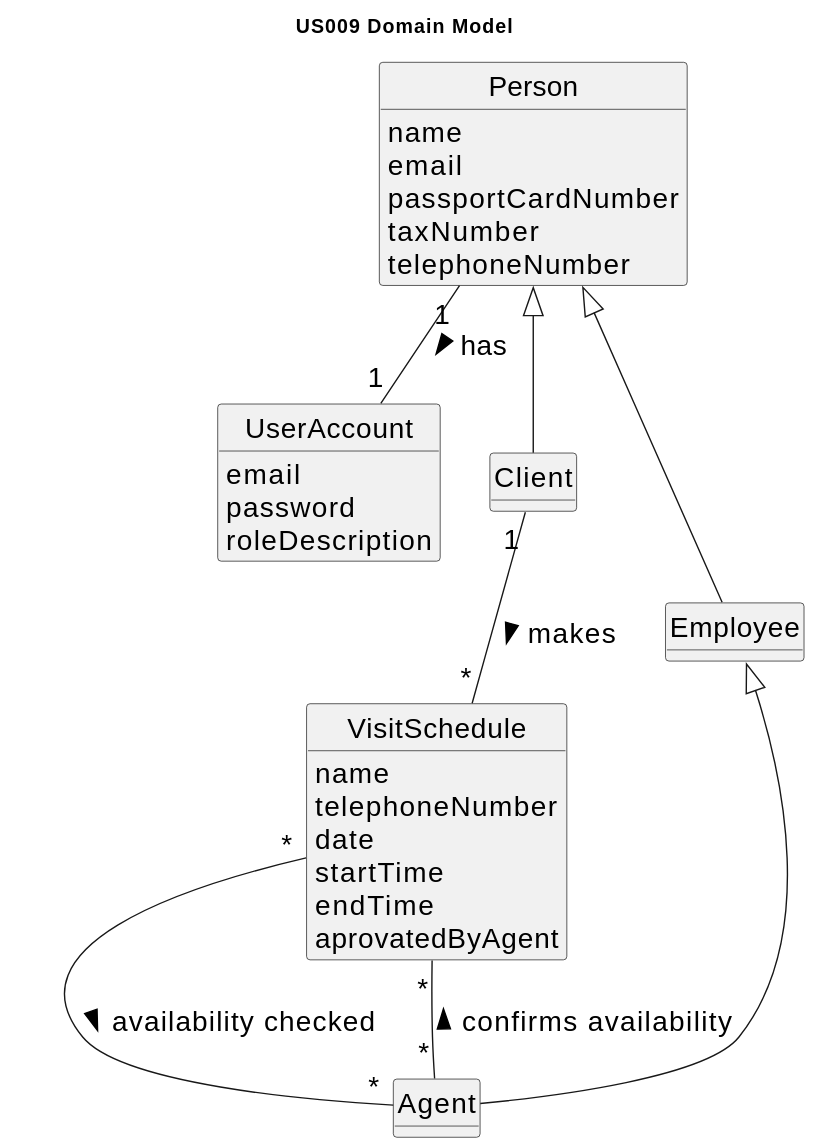
Before: docs/sprintC/us009/02.analysis/svg/us009-domain-model.svg, a diagram exported from PlantUML (Goncalves2525/real-estate-management-system).
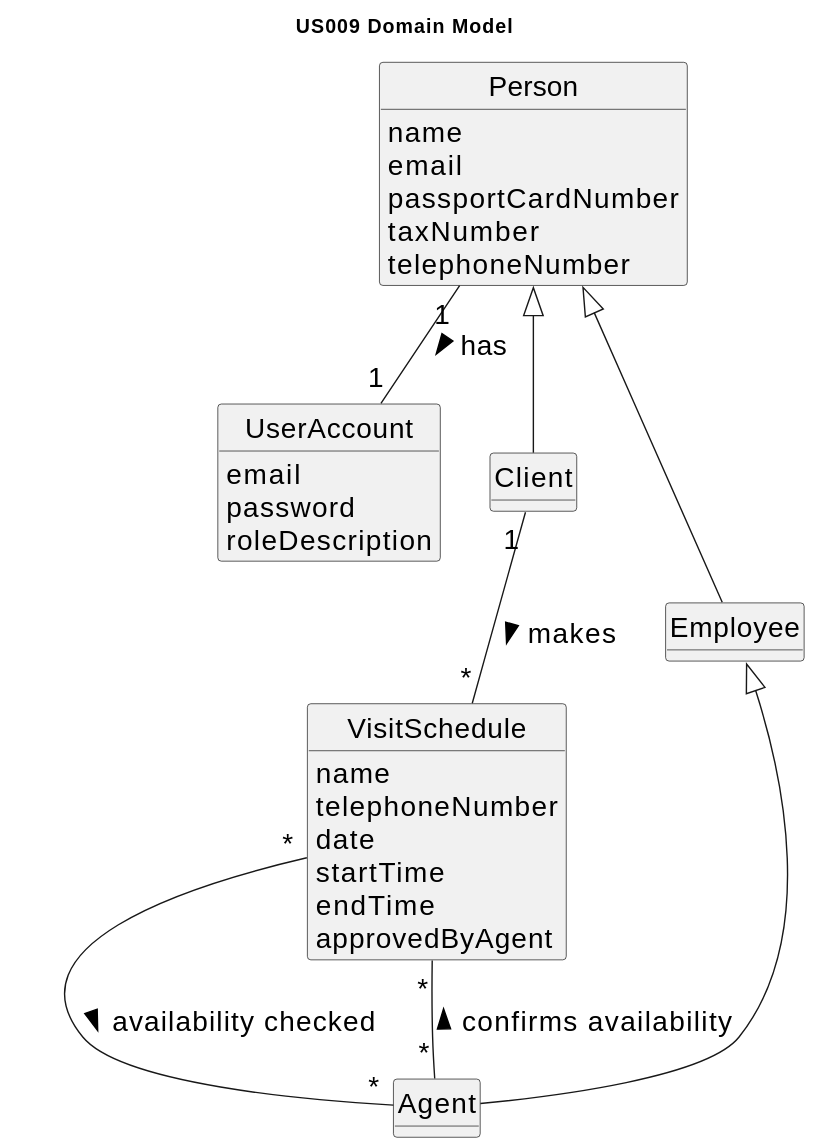
The same file after the commit.

The edit, as a diff of the source:
```diff
@@ -39,7 +39,7 @@
     date
     startTime
     endTime
-    aprovatedByAgent
+    approvedByAgent
 }
 
 Person "1" -- "1" UserAccount: has >
```
